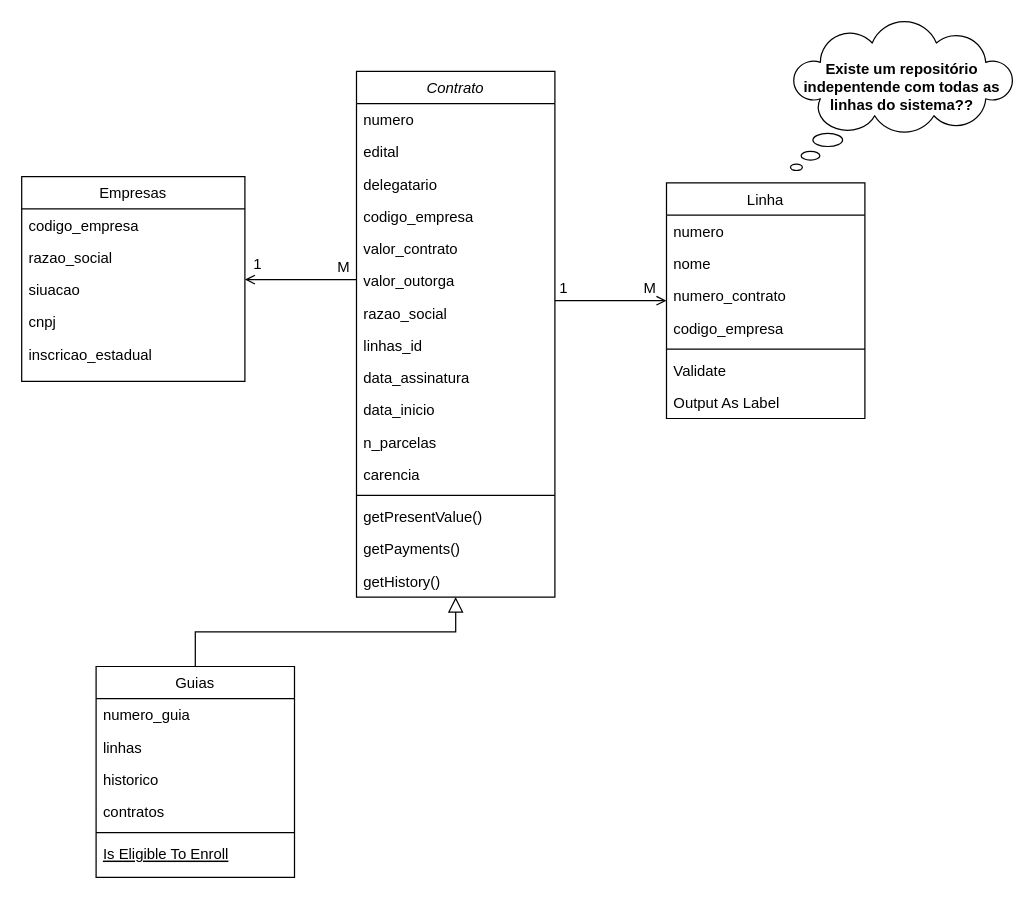
This is diagrama_de_classe_outorga.drawio from sverissimo/outorgas_stim, a draw.io file, before an edit. Source tidied: cells renumbered, new cells numbered last; positions are measured from the earlier drawing's top-left corner, leaving out a move shared by most shapes. Both pictures are drawn from the tidied source at 124%, with x=0, y=0 at pixel (21, 21).
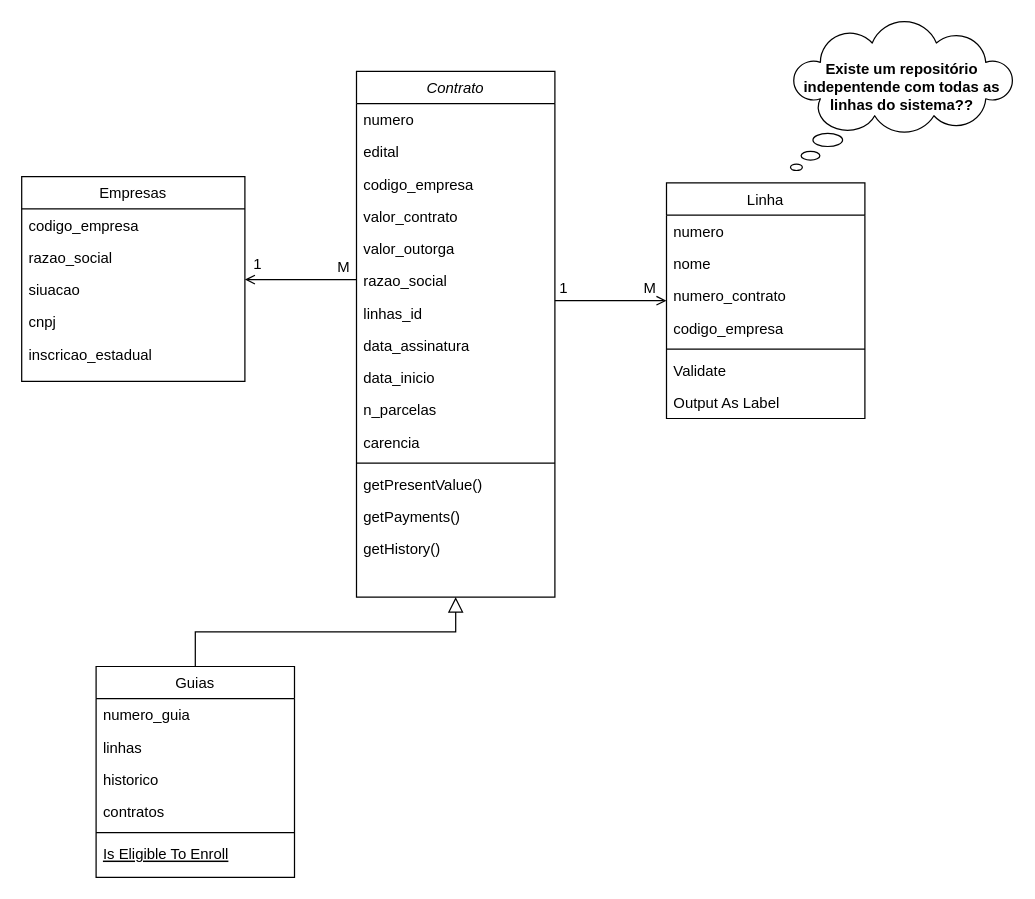
The same page after the edit.

The change refers to these unchanged cells:
```xml
<mxCell id="2" value="Contrato" style="swimlane;fontStyle=2;align=center;verticalAlign=top;horizontal=1;startSize=26;rounded=0;shadow=0;strokeWidth=1;" parent="1" vertex="1">
  <mxGeometry x="270" y="40" width="160" height="424" as="geometry" />
</mxCell>
```

What changed in the source:
```diff
@@
-    <mxCell id="5" value="delegatario" style="text;align=left;verticalAlign=top;spacingLeft=4;spacingRight=4;overflow=hidden;" parent="2" vertex="1">
-      <mxGeometry y="78" width="160" height="26" as="geometry" />
-    </mxCell>
     <mxCell id="6" value="codigo_empresa" style="text;align=left;verticalAlign=top;spacingLeft=4;spacingRight=4;overflow=hidden;" parent="2" vertex="1">
-      <mxGeometry y="104" width="160" height="26" as="geometry" />
+      <mxGeometry y="78" width="160" height="26" as="geometry" />
     </mxCell>
     <mxCell id="7" value="valor_contrato" style="text;align=left;verticalAlign=top;spacingLeft=4;spacingRight=4;overflow=hidden;" parent="2" vertex="1">
-      <mxGeometry y="130" width="160" height="26" as="geometry" />
+      <mxGeometry y="104" width="160" height="26" as="geometry" />
     </mxCell>
     <mxCell id="8" value="valor_outorga" style="text;align=left;verticalAlign=top;spacingLeft=4;spacingRight=4;overflow=hidden;" parent="2" vertex="1">
-      <mxGeometry y="156" width="160" height="26" as="geometry" />
+      <mxGeometry y="130" width="160" height="26" as="geometry" />
     </mxCell>
     <mxCell id="9" value="razao_social" style="text;align=left;verticalAlign=top;spacingLeft=4;spacingRight=4;overflow=hidden;" parent="2" vertex="1">
-      <mxGeometry y="182" width="160" height="26" as="geometry" />
+      <mxGeometry y="156" width="160" height="26" as="geometry" />
     </mxCell>
     <mxCell id="10" value="linhas_id" style="text;align=left;verticalAlign=top;spacingLeft=4;spacingRight=4;overflow=hidden;" parent="2" vertex="1">
-      <mxGeometry y="208" width="160" height="26" as="geometry" />
+      <mxGeometry y="182" width="160" height="26" as="geometry" />
     </mxCell>
     <mxCell id="11" value="data_assinatura&#10;" style="text;align=left;verticalAlign=top;spacingLeft=4;spacingRight=4;overflow=hidden;" parent="2" vertex="1">
-      <mxGeometry y="234" width="160" height="26" as="geometry" />
+      <mxGeometry y="208" width="160" height="26" as="geometry" />
     </mxCell>
     <mxCell id="12" value="data_inicio&#10;" style="text;align=left;verticalAlign=top;spacingLeft=4;spacingRight=4;overflow=hidden;" parent="2" vertex="1">
-      <mxGeometry y="260" width="160" height="26" as="geometry" />
+      <mxGeometry y="234" width="160" height="26" as="geometry" />
     </mxCell>
     <mxCell id="13" value="n_parcelas" style="text;align=left;verticalAlign=top;spacingLeft=4;spacingRight=4;overflow=hidden;" parent="2" vertex="1">
-      <mxGeometry y="286" width="160" height="26" as="geometry" />
+      <mxGeometry y="260" width="160" height="26" as="geometry" />
     </mxCell>
     <mxCell id="14" value="carencia" style="text;align=left;verticalAlign=top;spacingLeft=4;spacingRight=4;overflow=hidden;" parent="2" vertex="1">
-      <mxGeometry y="312" width="160" height="26" as="geometry" />
+      <mxGeometry y="286" width="160" height="26" as="geometry" />
     </mxCell>
     <mxCell id="15" style="line;html=1;strokeWidth=1;align=left;verticalAlign=middle;spacingTop=-1;spacingLeft=3;spacingRight=3;labelPosition=right;" parent="2" vertex="1">
-      <mxGeometry y="338" width="160" height="8" as="geometry" />
+      <mxGeometry y="312" width="160" height="8" as="geometry" />
     </mxCell>
     <mxCell id="16" value="getPresentValue()" style="text;align=left;verticalAlign=top;spacingLeft=4;spacingRight=4;overflow=hidden;" parent="2" vertex="1">
-      <mxGeometry y="346" width="160" height="26" as="geometry" />
+      <mxGeometry y="320" width="160" height="26" as="geometry" />
     </mxCell>
     <mxCell id="17" value="getPayments()" style="text;align=left;verticalAlign=top;spacingLeft=4;spacingRight=4;overflow=hidden;" parent="2" vertex="1">
-      <mxGeometry y="372" width="160" height="26" as="geometry" />
+      <mxGeometry y="346" width="160" height="26" as="geometry" />
     </mxCell>
     <mxCell id="18" value="getHistory()" style="text;align=left;verticalAlign=top;spacingLeft=4;spacingRight=4;overflow=hidden;" parent="2" vertex="1">
-      <mxGeometry y="398" width="160" height="26" as="geometry" />
+      <mxGeometry y="372" width="160" height="26" as="geometry" />
     </mxCell>
```
